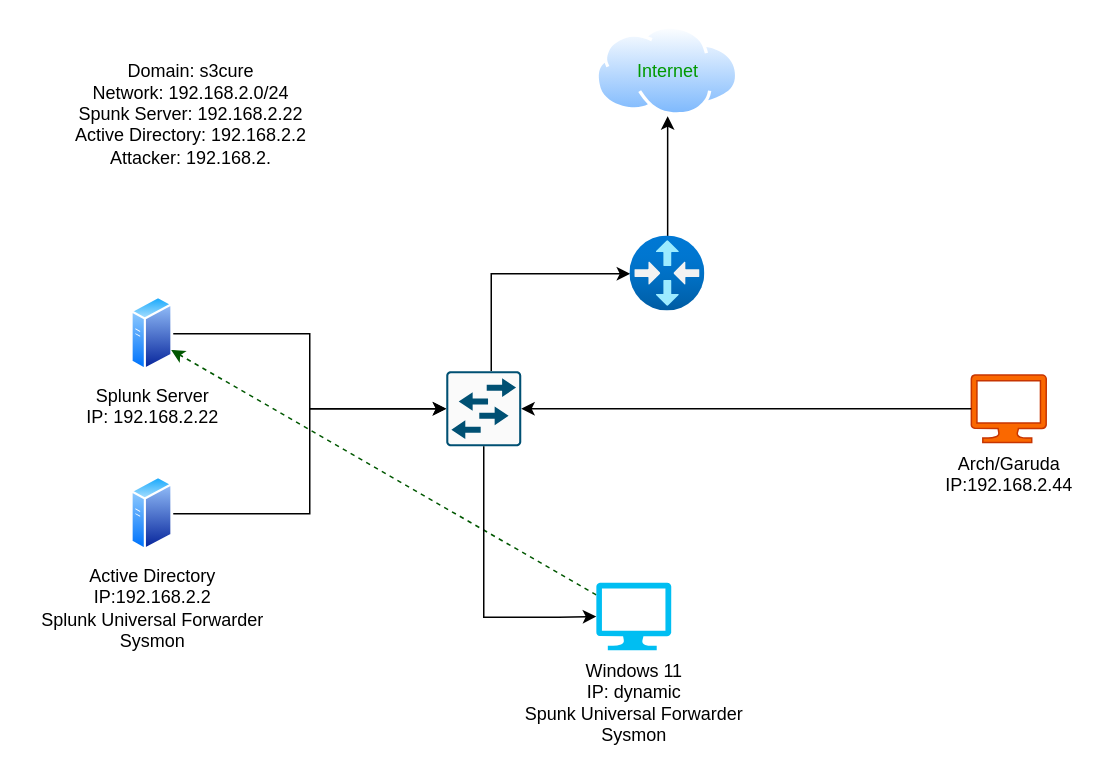
Earlier version of the draw.io diagram Untitled Diagram.drawio (uhtred-X/Visuals). Source tidied: cells renumbered, new cells numbered last; positions are measured from the earlier drawing's top-left corner, leaving out a move shared by most shapes. Both pictures are drawn from the tidied source at 150%, with x=0, y=0 at pixel (26, 26).
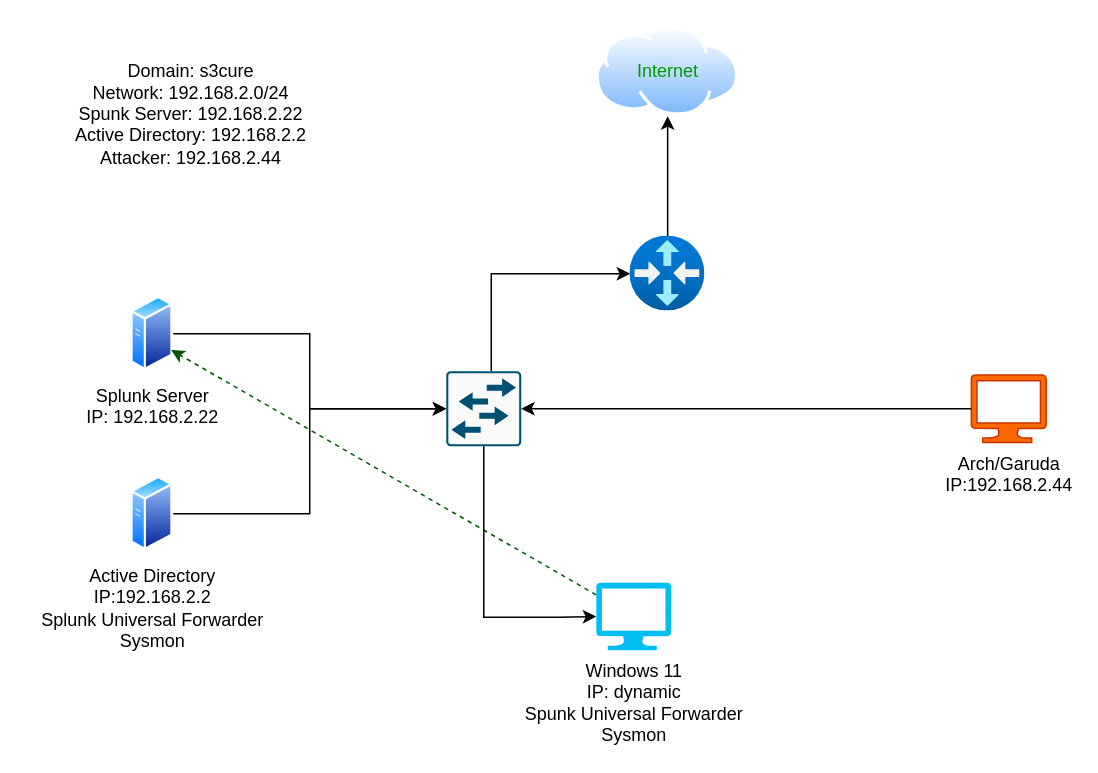
Above is the later version.

What changed in the source:
```diff
@@
-    <mxCell id="17" value="&lt;div&gt;Domain: s3cure&lt;/div&gt;&lt;div&gt;Network: 192.168.2.0/24&lt;/div&gt;&lt;div&gt;Spunk Server: 192.168.2.22&lt;/div&gt;&lt;div&gt;Active Directory: 192.168.2.2&lt;/div&gt;&lt;div&gt;Attacker: 192.168.2.&lt;br&gt;&lt;/div&gt;&lt;div&gt;&lt;br&gt;&lt;/div&gt;&lt;div&gt;&lt;br&gt;&lt;/div&gt;" style="text;strokeColor=none;align=center;fillColor=none;html=1;verticalAlign=middle;whiteSpace=wrap;rounded=0;" parent="1" vertex="1">
+    <mxCell id="17" value="&lt;div&gt;Domain: s3cure&lt;/div&gt;&lt;div&gt;Network: 192.168.2.0/24&lt;/div&gt;&lt;div&gt;Spunk Server: 192.168.2.22&lt;/div&gt;&lt;div&gt;Active Directory: 192.168.2.2&lt;/div&gt;&lt;div&gt;Attacker: 192.168.2.44&lt;br&gt;&lt;/div&gt;&lt;div&gt;&lt;br&gt;&lt;/div&gt;&lt;div&gt;&lt;br&gt;&lt;/div&gt;" style="text;strokeColor=none;align=center;fillColor=none;html=1;verticalAlign=middle;whiteSpace=wrap;rounded=0;" parent="1" vertex="1">
       <mxGeometry y="15" width="220" height="115" as="geometry" />
     </mxCell>
```
